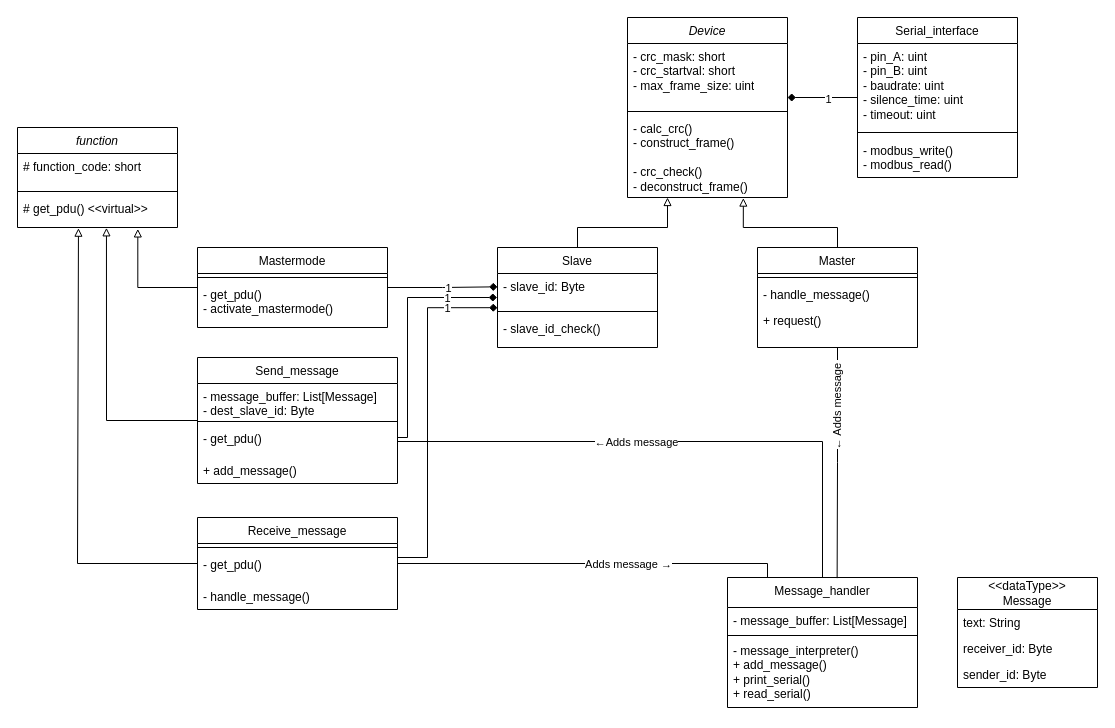
The draw.io diagram modbus_classdiagram.drawio in F-L-X-S/BusBricks, before the edit. Source tidied: cells renumbered, new cells numbered last; positions are measured from the earlier drawing's top-left corner, leaving out a move shared by most shapes. Both pictures are drawn from the tidied source at 100%, with x=0, y=0 at pixel (17, 17).
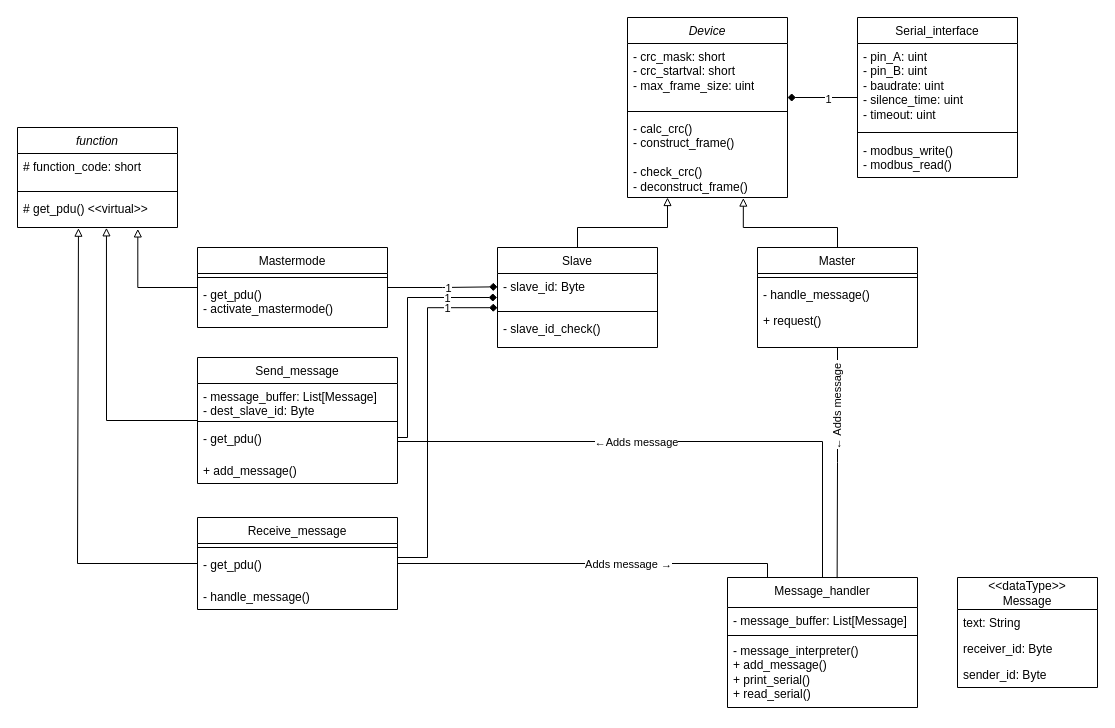
The same diagram, later.

Unchanged cells that the change refers to:
```xml
<mxCell id="2" value="&lt;span style=&quot;font-weight: normal;&quot;&gt;&lt;i&gt;Device&lt;/i&gt;&lt;/span&gt;" style="swimlane;fontStyle=1;align=center;verticalAlign=top;horizontal=1;startSize=26;whiteSpace=wrap;html=1;" parent="1" vertex="1">
  <mxGeometry x="610" width="160" height="180" as="geometry" />
</mxCell>
```

Diff of the diagram source:
```diff
@@
-    <mxCell id="5" value="- calc_crc()&lt;div&gt;- construct_frame()&lt;br&gt;&lt;/div&gt;&lt;div&gt;&lt;br&gt;&lt;/div&gt;&lt;div&gt;&lt;div&gt;- crc_check()&lt;/div&gt;&lt;div&gt;&lt;div&gt;- deconstruct_frame()&lt;/div&gt;&lt;/div&gt;&lt;/div&gt;" style="text;strokeColor=none;fillColor=none;align=left;verticalAlign=top;spacingLeft=4;spacingRight=4;overflow=hidden;points=[[0,0.5],[1,0.5]];portConstraint=eastwest;whiteSpace=wrap;html=1;" parent="2" vertex="1">
+    <mxCell id="5" value="- calc_crc()&lt;div&gt;- construct_frame()&lt;br&gt;&lt;/div&gt;&lt;div&gt;&lt;br&gt;&lt;/div&gt;&lt;div&gt;&lt;div&gt;- check_crc()&lt;/div&gt;&lt;div&gt;&lt;div&gt;- deconstruct_frame()&lt;/div&gt;&lt;/div&gt;&lt;/div&gt;" style="text;strokeColor=none;fillColor=none;align=left;verticalAlign=top;spacingLeft=4;spacingRight=4;overflow=hidden;points=[[0,0.5],[1,0.5]];portConstraint=eastwest;whiteSpace=wrap;html=1;" parent="2" vertex="1">
       <mxGeometry y="98" width="160" height="82" as="geometry" />
     </mxCell>
```
